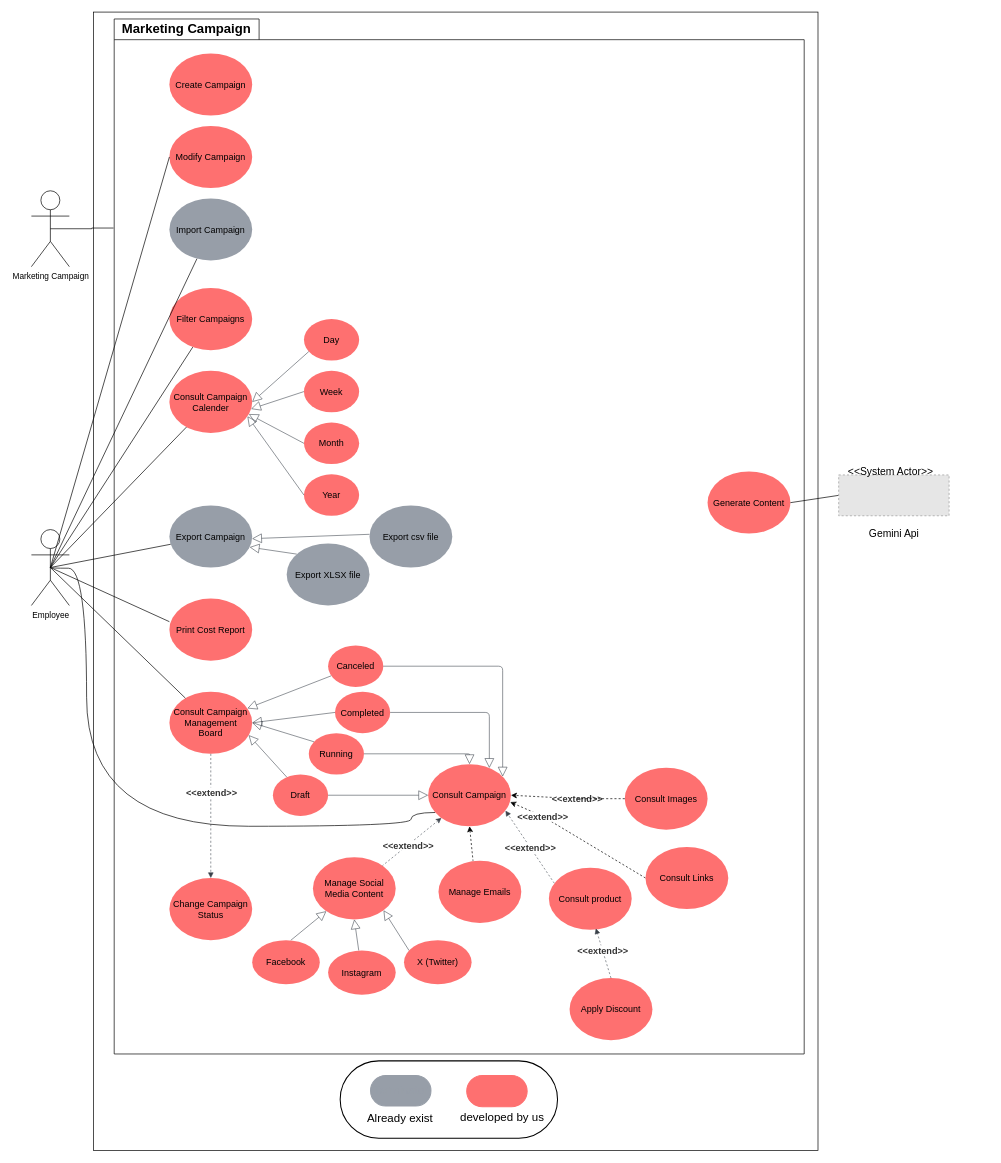
Before: Untitled Diagram.drawio in oarouay/CV, a draw.io diagram. Source tidied: cells renumbered, new cells numbered last; positions are measured from the earlier drawing's top-left corner, leaving out a move shared by most shapes. Both pictures are drawn from the tidied source at 69%, with x=0, y=0 at pixel (31, 12). Pictures stored in the file or linked from it are replaced by grey dashed boxes.
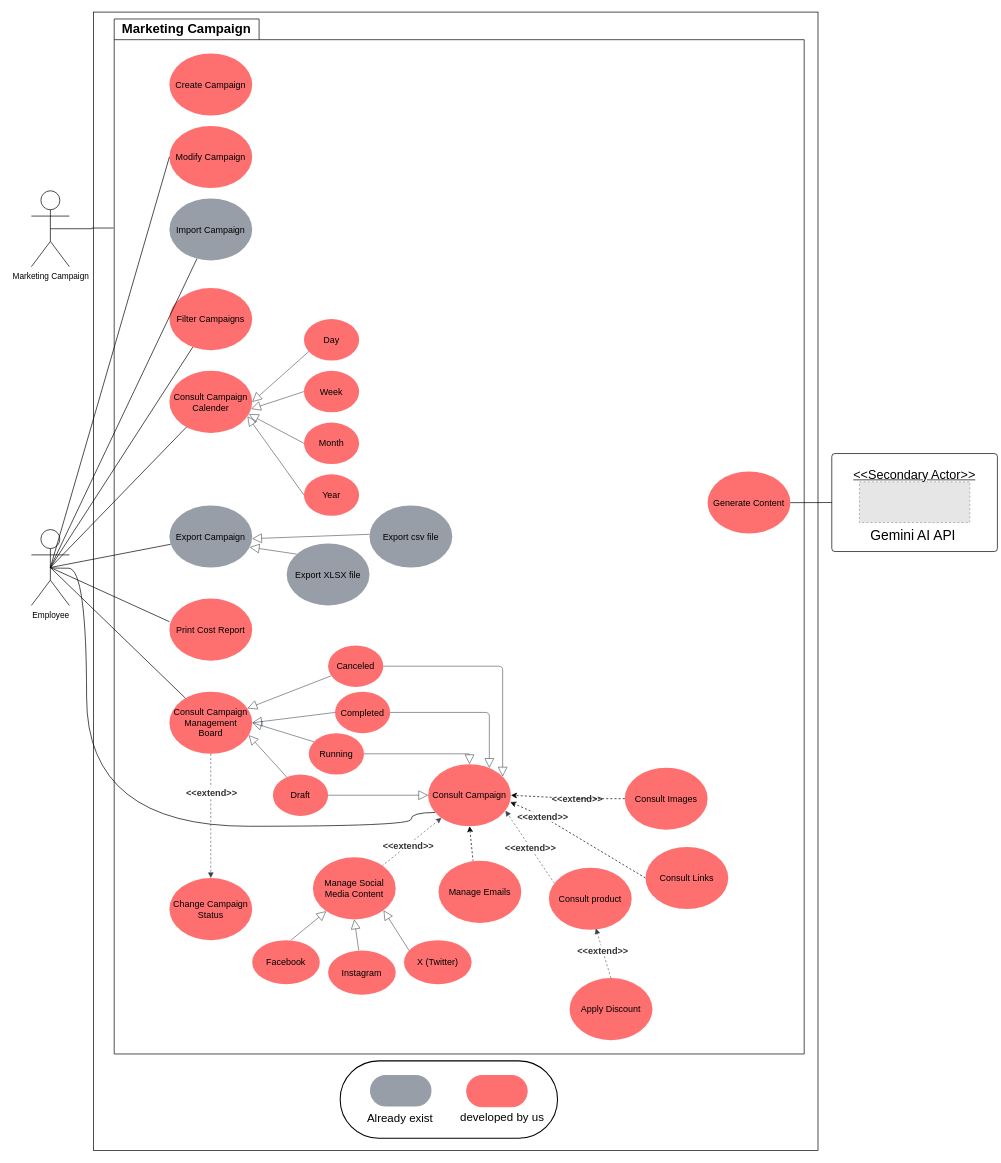
Above is the later version.

Diff of the diagram source:
```diff
@@
-    <mxCell id="78" style="rounded=0;jettySize=auto;html=1;exitX=0;exitY=0.5;exitDx=0;exitDy=0;entryX=1;entryY=0.5;entryDx=0;entryDy=0;endArrow=none;startFill=0;" parent="1" edge="1" source="79">
+    <mxCell id="78" style="rounded=0;jettySize=auto;html=1;exitX=0;exitY=0.5;exitDx=0;exitDy=0;entryX=1;entryY=0.5;entryDx=0;entryDy=0;endArrow=none;startFill=0;" parent="1" edge="1" source="89">
       <mxGeometry relative="1" as="geometry">
         <mxPoint x="1100" y="711" as="targetPoint" />
       </mxGeometry>
     </mxCell>
-    <mxCell id="79" style="fillColor=#E6E6E6;strokeColor=#999999;dashed=1;verticalLabelPosition=bottom;labelBackgroundColor=default;verticalAlign=top;" parent="1" vertex="1">
-      <mxGeometry x="1170" y="670.8" width="160" height="59.2" as="geometry" />
-    </mxCell>
-    <mxCell id="80" value="&lt;font style=&quot;font-size: 15px;&quot;&gt;Gemini Api&lt;/font&gt;" style="text;html=1;align=center;verticalAlign=middle;strokeColor=none;fillColor=none;" parent="1" vertex="1">
-      <mxGeometry x="1200" y="740" width="100" height="30" as="geometry" />
-    </mxCell>
-    <mxCell id="81" value="&lt;span style=&quot;font-size: 15px;&quot;&gt;&amp;lt;&amp;lt;System Actor&amp;gt;&amp;gt;&lt;/span&gt;" style="text;html=1;align=center;verticalAlign=middle;strokeColor=none;fillColor=none;" parent="1" vertex="1">
-      <mxGeometry x="1170" y="650" width="150" height="30" as="geometry" />
-    </mxCell>
@@
+    <mxCell id="89" style="html=1;overflow=block;blockSpacing=1;whiteSpace=wrap;fontSize=13;spacing=9;strokeOpacity=100;rounded=1;absoluteArcSize=1;arcSize=9;fillColor=none;strokeWidth=NaN;lucidId=E~7jlNj8dY38;" parent="1" vertex="1">
+      <mxGeometry x="1160" y="639.8" width="240" height="142" as="geometry" />
+    </mxCell>
+    <mxCell id="90" style="fillColor=#E6E6E6;strokeColor=#999999;dashed=1;html=1;whiteSpace=wrap;fontSize=13;spacing=0;" parent="1" vertex="1">
+      <mxGeometry x="1200" y="680.8" width="160" height="59" as="geometry" />
+    </mxCell>
+    <mxCell id="91" value="&amp;lt;&amp;lt;Secondary Actor&amp;gt;&amp;gt;" style="html=1;overflow=block;blockSpacing=1;whiteSpace=wrap;fontSize=18.3;fontStyle=4;spacing=0;strokeOpacity=100;rounded=1;absoluteArcSize=1;arcSize=9;fillColor=none;strokeWidth=NaN;strokeColor=none;lucidId=hWtdJyMZwoP_;" parent="1" vertex="1">
+      <mxGeometry x="1172" y="651.8" width="216" height="36" as="geometry" />
+    </mxCell>
+    <mxCell id="92" value="Gemini AI API" style="html=1;overflow=block;blockSpacing=1;whiteSpace=wrap;fontSize=20;spacing=0;strokeOpacity=100;rounded=1;absoluteArcSize=1;arcSize=9;fillColor=none;strokeWidth=NaN;strokeColor=none;lucidId=pXtdpFWDbdGD;" parent="1" vertex="1">
+      <mxGeometry x="1207" y="739.8" width="142" height="36" as="geometry" />
+    </mxCell>
```
